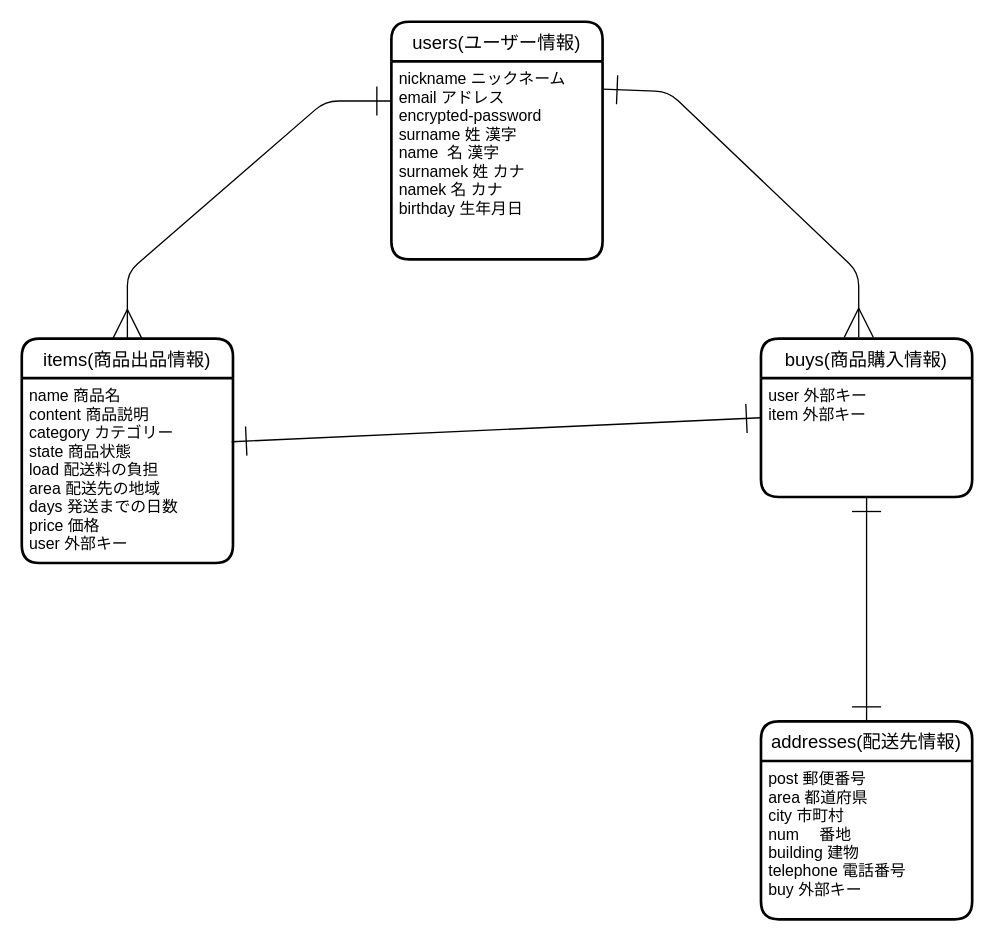
arakikeita/furima-38559 keeps this draw.io diagram as test.dio. Above is the earlier version. Source tidied: cells renumbered, new cells numbered last; positions are measured from the earlier drawing's top-left corner, leaving out a move shared by most shapes. Both pictures are drawn from the tidied source at 132%, with x=0, y=0 at pixel (21, 21).
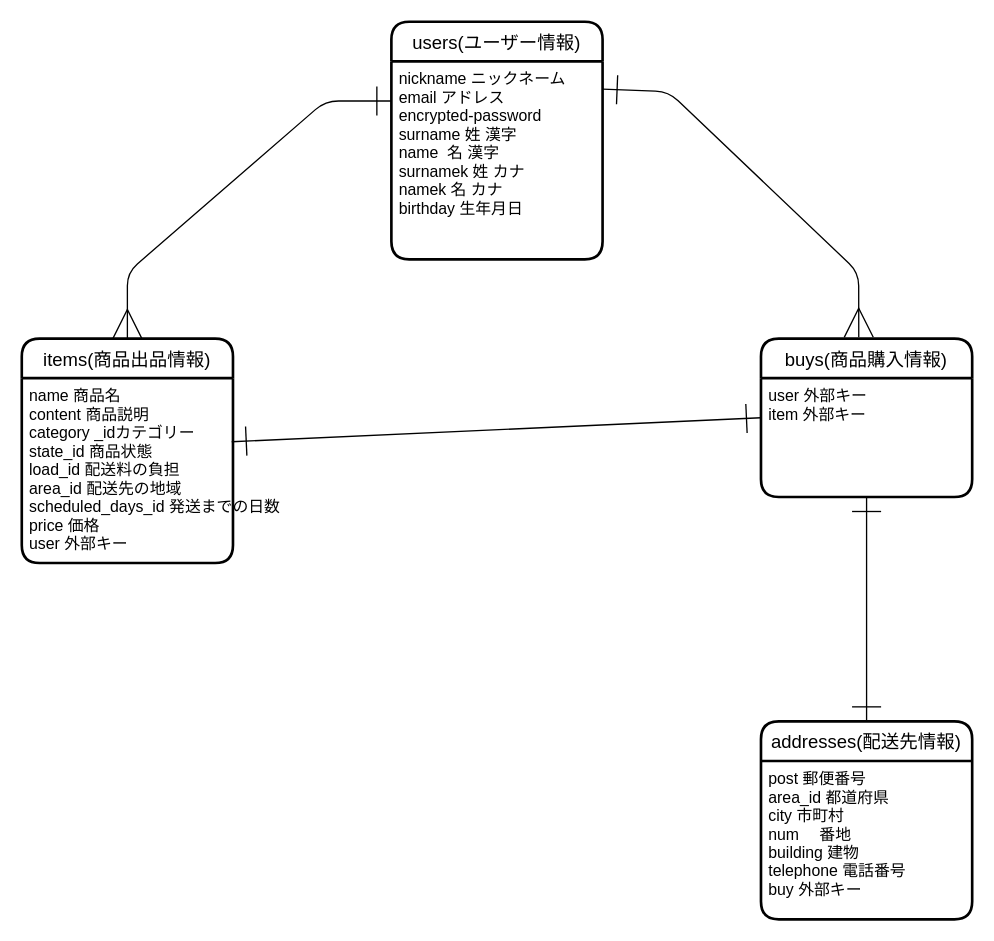
After the change.

Commit message (it also covers changes not shown here):
DB設計修正５回目

Change to the diagram source:
```diff
@@
 <mxGraphModel>
   <root>
     <mxCell id="0" />
     <mxCell id="1" parent="0" />
     <mxCell id="2" value="users(ユーザー情報)" style="swimlane;horizontal=1;startSize=30;rounded=1;fontSize=14;fontStyle=0;strokeWidth=2;shadow=0;dashed=0;align=center;" parent="1" vertex="1">
       <mxGeometry x="280" width="160" height="180" as="geometry" />
     </mxCell>
     <mxCell id="3" value="nickname ニックネーム&#10;email アドレス&#10;encrypted-password&#10;surname 姓 漢字&#10;name  名 漢字&#10;surnamek 姓 カナ&#10;namek 名 カナ&#10;birthday 生年月日" style="align=left;strokeColor=none;fillColor=none;spacingLeft=4;fontSize=12;verticalAlign=top;" parent="2" vertex="1">
       <mxGeometry y="30" width="160" height="150" as="geometry" />
     </mxCell>
     <mxCell id="4" value="items(商品出品情報)" style="swimlane;horizontal=1;startSize=30;rounded=1;fontSize=14;fontStyle=0;strokeWidth=2;shadow=0;dashed=0;align=center;" parent="1" vertex="1">
       <mxGeometry y="240" width="160" height="170" as="geometry" />
     </mxCell>
-    <mxCell id="5" value="name 商品名&#10;content 商品説明&#10;category カテゴリー&#10;state 商品状態&#10;load 配送料の負担&#10;area 配送先の地域&#10;days 発送までの日数&#10;price 価格&#10;user 外部キー" style="align=left;strokeColor=none;fillColor=none;spacingLeft=4;fontSize=12;verticalAlign=top;" parent="4" vertex="1">
+    <mxCell id="5" value="name 商品名&#10;content 商品説明&#10;category _idカテゴリー&#10;state_id 商品状態&#10;load_id 配送料の負担&#10;area_id 配送先の地域&#10;scheduled_days_id 発送までの日数&#10;price 価格&#10;user 外部キー" style="align=left;strokeColor=none;fillColor=none;spacingLeft=4;fontSize=12;verticalAlign=top;" parent="4" vertex="1">
       <mxGeometry y="30" width="160" height="140" as="geometry" />
     </mxCell>
     <mxCell id="6" value="buys(商品購入情報)" style="swimlane;horizontal=1;startSize=30;rounded=1;fontSize=14;fontStyle=0;strokeWidth=2;shadow=0;dashed=0;align=center;" parent="1" vertex="1">
       <mxGeometry x="560" y="240" width="160" height="120" as="geometry" />
     </mxCell>
     <mxCell id="7" value="user 外部キー&#10;item 外部キー" style="align=left;strokeColor=none;fillColor=none;spacingLeft=4;fontSize=12;verticalAlign=top;" parent="6" vertex="1">
       <mxGeometry y="30" width="160" height="90" as="geometry" />
     </mxCell>
     <mxCell id="8" value="addresses(配送先情報)" style="swimlane;horizontal=1;startSize=30;rounded=1;fontSize=14;fontStyle=0;strokeWidth=2;shadow=0;dashed=0;align=center;" parent="1" vertex="1">
       <mxGeometry x="560" y="530" width="160" height="150" as="geometry" />
     </mxCell>
-    <mxCell id="9" value="post 郵便番号&#10;area 都道府県&#10;city 市町村&#10;num 　番地&#10;building 建物&#10;telephone 電話番号&#10;buy 外部キー&#10;" style="align=left;strokeColor=none;fillColor=none;spacingLeft=4;fontSize=12;verticalAlign=top;" parent="8" vertex="1">
+    <mxCell id="9" value="post 郵便番号&#10;area_id 都道府県&#10;city 市町村&#10;num 　番地&#10;building 建物&#10;telephone 電話番号&#10;buy 外部キー&#10;" style="align=left;strokeColor=none;fillColor=none;spacingLeft=4;fontSize=12;verticalAlign=top;" parent="8" vertex="1">
       <mxGeometry y="30" width="160" height="120" as="geometry" />
     </mxCell>
     <mxCell id="10" style="endArrow=ERone;startArrow=ERmany;html=1;entryX=0;entryY=0.2;entryDx=0;entryDy=0;endFill=0;startFill=0;endSize=20;startSize=20;entryPerimeter=0;" parent="1" edge="1" target="3">
       <mxGeometry relative="1" as="geometry">
         <mxPoint x="80" y="240" as="sourcePoint" />
         <Array as="points">
           <mxPoint x="80" y="190" />
           <mxPoint x="230" y="60" />
         </Array>
       </mxGeometry>
     </mxCell>
     <mxCell id="11" style="endArrow=ERmany;startArrow=ERone;html=1;startSize=20;endSize=20;entryX=0.463;entryY=-0.008;entryDx=0;entryDy=0;entryPerimeter=0;exitX=1;exitY=0.14;exitDx=0;exitDy=0;endFill=0;startFill=0;exitPerimeter=0;" parent="1" edge="1" source="3" target="6">
       <mxGeometry relative="1" as="geometry">
         <Array as="points">
           <mxPoint x="490" y="53" />
           <mxPoint x="634" y="190" />
         </Array>
       </mxGeometry>
     </mxCell>
     <mxCell id="12" style="endArrow=ERone;startArrow=ERone;html=1;startSize=20;endSize=20;entryX=0;entryY=0.5;entryDx=0;entryDy=0;exitX=0.994;exitY=0.344;exitDx=0;exitDy=0;exitPerimeter=0;endFill=0;startFill=0;" parent="1" edge="1" source="5" target="6">
       <mxGeometry relative="1" as="geometry" />
     </mxCell>
     <mxCell id="13" style="endArrow=ERone;startArrow=ERone;html=1;startSize=20;endSize=20;entryX=0.5;entryY=1;entryDx=0;entryDy=0;exitX=0.5;exitY=0;exitDx=0;exitDy=0;startFill=0;endFill=0;" parent="1" edge="1" source="8" target="7">
       <mxGeometry relative="1" as="geometry" />
     </mxCell>
   </root>
 </mxGraphModel>
```
